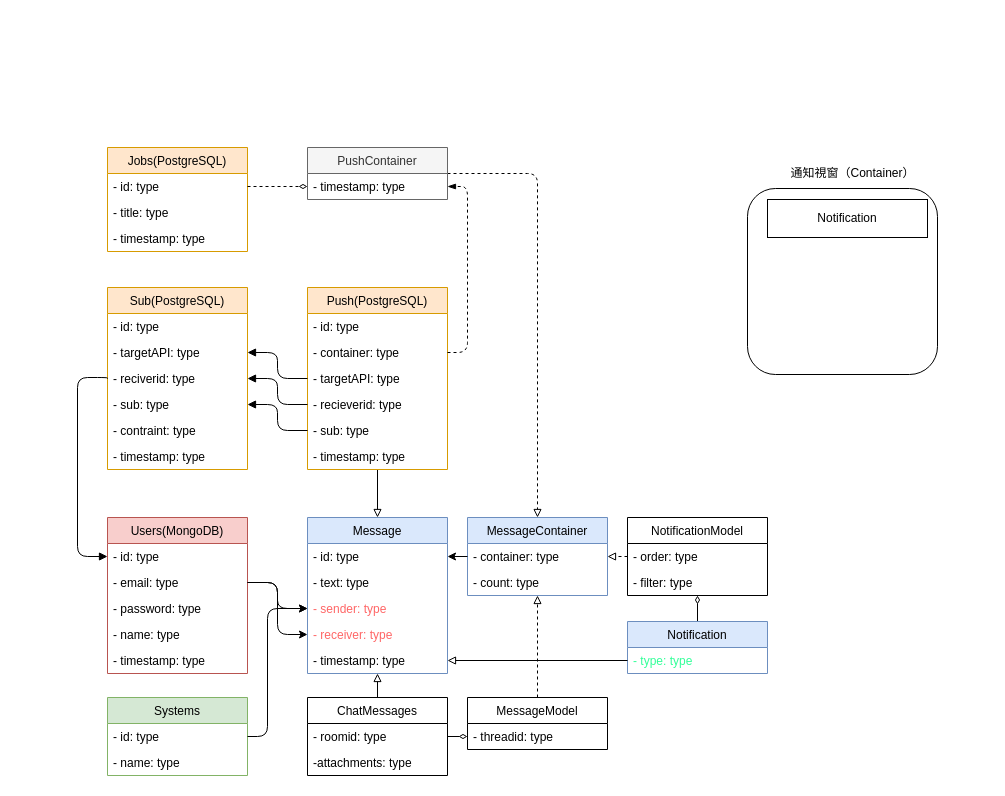
This is erd.drawio from YiHsinTseng/NotificationSystem, a draw.io file, before an edit. Source tidied: cells renumbered, new cells numbered last; positions are measured from the earlier drawing's top-left corner, leaving out a move shared by most shapes. Both pictures are drawn from the tidied source at 100%, with x=0, y=0 at pixel (77, 147).
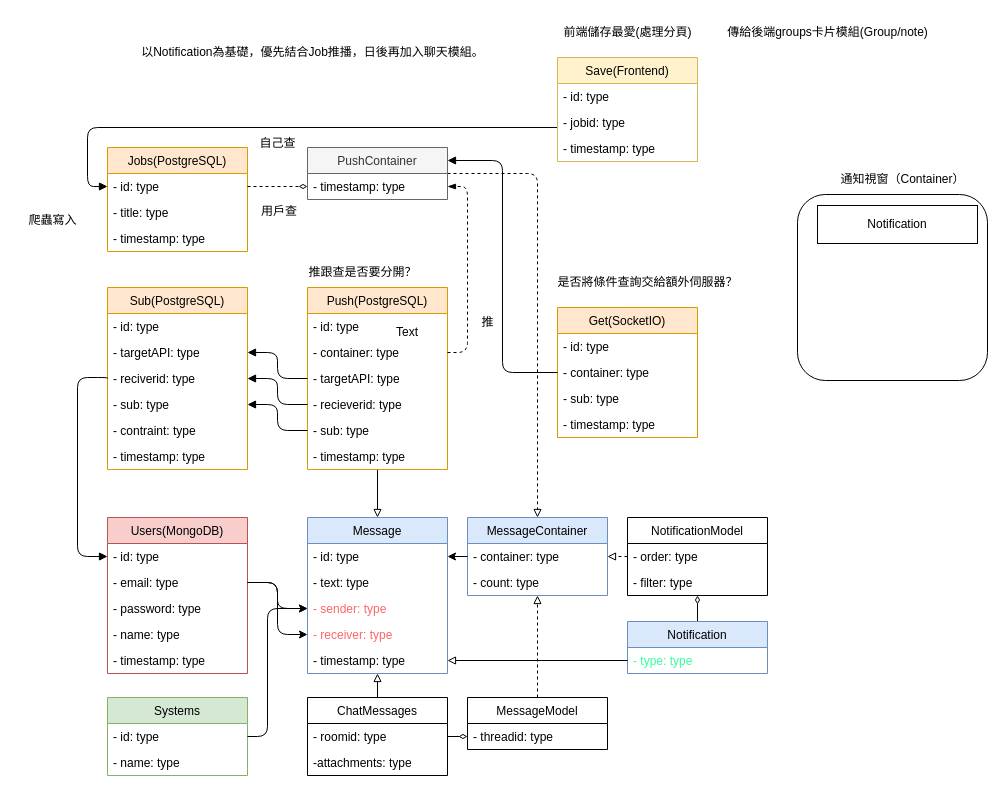
The same page after the edit.

Commit message:
[Design]增加儲存卡片模組以及獨立篩選伺服器降低資料庫壓力思考

The change refers to these unchanged cells:
```xml
<mxCell id="49" value="- id: type" style="text;strokeColor=none;fillColor=none;align=left;verticalAlign=top;spacingLeft=4;spacingRight=4;overflow=hidden;points=[[0,0.5],[1,0.5]];portConstraint=eastwest;" parent="48" vertex="1">
  <mxGeometry y="26" width="140" height="26" as="geometry" />
</mxCell>
<mxCell id="61" value="PushContainer" style="swimlane;fontStyle=0;horizontal=1;startSize=26;fillColor=#f5f5f5;strokeColor=#666666;fontColor=#333333;" parent="1" vertex="1">
  <mxGeometry x="230" width="140" height="52" as="geometry" />
</mxCell>
```

Change to the diagram source:
```diff
@@
     <mxCell id="65" style="rounded=1;whiteSpace=wrap;html=1;fontColor=#33FF99;" parent="1" vertex="1">
-      <mxGeometry x="670" y="41" width="190" height="186" as="geometry" />
+      <mxGeometry x="720" y="47" width="190" height="186" as="geometry" />
     </mxCell>
     <mxCell id="66" value="&lt;font color=&quot;#000000&quot;&gt;通知視窗（Container）&lt;/font&gt;" style="text;html=1;align=center;verticalAlign=middle;strokeColor=none;fillColor=none;fontColor=#33FF99;" parent="1" vertex="1">
-      <mxGeometry x="700" y="11" width="150" height="30" as="geometry" />
+      <mxGeometry x="750" y="17" width="150" height="30" as="geometry" />
     </mxCell>
     <mxCell id="67" value="Notification" style="rounded=0;whiteSpace=wrap;html=1;fontColor=#000000;" parent="1" vertex="1">
-      <mxGeometry x="690" y="52" width="160" height="38" as="geometry" />
+      <mxGeometry x="740" y="58" width="160" height="38" as="geometry" />
     </mxCell>
@@
+    <mxCell id="71" value="以Notification為基礎，優先結合Job推播，日後再加入聊天模組。" style="text;html=1;align=center;verticalAlign=middle;strokeColor=none;fillColor=none;fontColor=#000000;" parent="1" vertex="1">
+      <mxGeometry x="50" y="-110" width="370" height="30" as="geometry" />
+    </mxCell>
+    <mxCell id="72" value="推跟查是否要分開？" style="text;html=1;align=center;verticalAlign=middle;strokeColor=none;fillColor=none;fontColor=#000000;" parent="1" vertex="1">
+      <mxGeometry x="220" y="110" width="130" height="30" as="geometry" />
+    </mxCell>
+    <mxCell id="73" value="自己查" style="text;html=1;align=center;verticalAlign=middle;strokeColor=none;fillColor=none;fontColor=#000000;" parent="1" vertex="1">
+      <mxGeometry x="170" y="-19" width="60" height="30" as="geometry" />
+    </mxCell>
+    <mxCell id="74" value="推" style="text;html=1;align=center;verticalAlign=middle;strokeColor=none;fillColor=none;fontColor=#000000;" parent="1" vertex="1">
+      <mxGeometry x="390" y="160" width="40" height="30" as="geometry" />
+    </mxCell>
+    <mxCell id="75" value="爬蟲寫入" style="text;html=1;align=center;verticalAlign=middle;strokeColor=none;fillColor=none;fontColor=#000000;" parent="1" vertex="1">
+      <mxGeometry x="-60" y="58" width="70" height="30" as="geometry" />
+    </mxCell>
+    <mxCell id="76" value="&lt;div style=&quot;text-align: center;&quot;&gt;&lt;span style=&quot;background-color: initial;&quot;&gt;用戶查&lt;/span&gt;&lt;/div&gt;" style="text;whiteSpace=wrap;html=1;fontColor=#000000;" parent="1" vertex="1">
+      <mxGeometry x="182" y="50" width="45" height="30" as="geometry" />
+    </mxCell>
+    <mxCell id="77" value="前端儲存最愛(處理分頁)" style="text;html=1;align=center;verticalAlign=middle;strokeColor=none;fillColor=none;fontColor=#000000;" parent="1" vertex="1">
+      <mxGeometry x="475" y="-130" width="150" height="30" as="geometry" />
+    </mxCell>
+    <mxCell id="78" value="Get(SocketIO)" style="swimlane;fontStyle=0;horizontal=1;startSize=26;fillColor=#ffe6cc;strokeColor=#d79b00;" parent="1" vertex="1">
+      <mxGeometry x="480" y="160" width="140" height="130" as="geometry" />
+    </mxCell>
+    <mxCell id="79" value="- id: type" style="text;strokeColor=none;fillColor=none;align=left;verticalAlign=top;spacingLeft=4;spacingRight=4;overflow=hidden;" parent="78" vertex="1">
+      <mxGeometry y="26" width="140" height="26" as="geometry" />
+    </mxCell>
+    <mxCell id="80" value="- container: type" style="text;strokeColor=none;fillColor=none;align=left;verticalAlign=top;spacingLeft=4;spacingRight=4;overflow=hidden;points=[[0,0.5],[1,0.5]];portConstraint=eastwest;" parent="78" vertex="1">
+      <mxGeometry y="52" width="140" height="26" as="geometry" />
+    </mxCell>
+    <mxCell id="81" value="- sub: type" style="text;strokeColor=none;fillColor=none;align=left;verticalAlign=top;spacingLeft=4;spacingRight=4;overflow=hidden;" parent="78" vertex="1">
+      <mxGeometry y="78" width="140" height="26" as="geometry" />
+    </mxCell>
+    <mxCell id="82" value="- timestamp: type" style="text;strokeColor=none;fillColor=none;align=left;verticalAlign=top;spacingLeft=4;spacingRight=4;overflow=hidden;" parent="78" vertex="1">
+      <mxGeometry y="104" width="140" height="26" as="geometry" />
+    </mxCell>
+    <mxCell id="83" style="edgeStyle=orthogonalEdgeStyle;html=1;entryX=0;entryY=0.5;entryDx=0;entryDy=0;fontColor=#000000;endArrow=block;endFill=1;" parent="1" edge="1" source="84" target="49">
+      <mxGeometry relative="1" as="geometry">
+        <Array as="points">
+          <mxPoint x="10" y="-20" />
+          <mxPoint x="10" y="39" />
+        </Array>
+      </mxGeometry>
+    </mxCell>
+    <mxCell id="84" value="Save(Frontend)" style="swimlane;fontStyle=0;horizontal=1;startSize=26;fillColor=#fff2cc;strokeColor=#d6b656;" parent="1" vertex="1">
+      <mxGeometry x="480" y="-90" width="140" height="104" as="geometry" />
+    </mxCell>
+    <mxCell id="85" value="- id: type" style="text;strokeColor=none;fillColor=none;align=left;verticalAlign=top;spacingLeft=4;spacingRight=4;overflow=hidden;" parent="84" vertex="1">
+      <mxGeometry y="26" width="140" height="26" as="geometry" />
+    </mxCell>
+    <mxCell id="86" value="- jobid: type" style="text;strokeColor=none;fillColor=none;align=left;verticalAlign=top;spacingLeft=4;spacingRight=4;overflow=hidden;" parent="84" vertex="1">
+      <mxGeometry y="52" width="140" height="26" as="geometry" />
+    </mxCell>
+    <mxCell id="87" value="- timestamp: type" style="text;strokeColor=none;fillColor=none;align=left;verticalAlign=top;spacingLeft=4;spacingRight=4;overflow=hidden;" parent="84" vertex="1">
+      <mxGeometry y="78" width="140" height="26" as="geometry" />
+    </mxCell>
+    <mxCell id="88" value="傳給後端groups卡片模組(Group/note)" style="text;html=1;align=center;verticalAlign=middle;strokeColor=none;fillColor=none;fontColor=#000000;" parent="1" vertex="1">
+      <mxGeometry x="640" y="-130" width="220" height="30" as="geometry" />
+    </mxCell>
+    <mxCell id="89" style="edgeStyle=orthogonalEdgeStyle;html=1;entryX=1;entryY=0.25;entryDx=0;entryDy=0;fontColor=#000000;endArrow=block;endFill=1;" parent="1" edge="1" source="80" target="61">
+      <mxGeometry relative="1" as="geometry" />
+    </mxCell>
+    <mxCell id="90" value="Text" style="text;strokeColor=none;align=center;fillColor=none;html=1;verticalAlign=middle;whiteSpace=wrap;rounded=0;fontColor=#000000;" parent="1" vertex="1">
+      <mxGeometry x="300" y="170" width="60" height="30" as="geometry" />
+    </mxCell>
+    <mxCell id="91" value="是否將條件查詢交給額外伺服器？" style="text;html=1;align=center;verticalAlign=middle;strokeColor=none;fillColor=none;fontColor=#000000;" parent="1" vertex="1">
+      <mxGeometry x="470" y="120" width="200" height="30" as="geometry" />
+    </mxCell>
```
